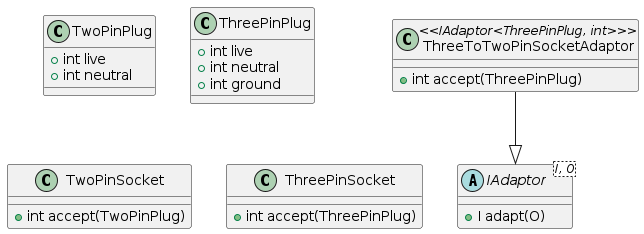
buzzysin/playground keeps this PlantUML diagram as .docs/out/uml/adaptor/adaptor.png. Above is the earlier version.
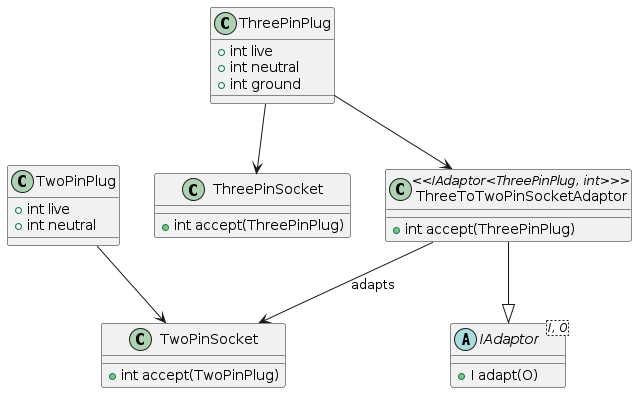
The same file after the commit.

Commit message:
feat: add UML diagrams for Adapter, Builder, and Factory design patterns; update main.tex with Haskell example

What changed in the source:
```diff
@@ -27,6 +27,10 @@
     +int accept(ThreePinPlug)
 }
 
+TwoPinPlug --> TwoPinSocket
+ThreePinPlug --> ThreePinSocket
+ThreePinPlug --> ThreeToTwoPinSocketAdaptor
 ThreeToTwoPinSocketAdaptor --|> IAdaptor
+ThreeToTwoPinSocketAdaptor --> TwoPinSocket : adapts
 
 @enduml
```
